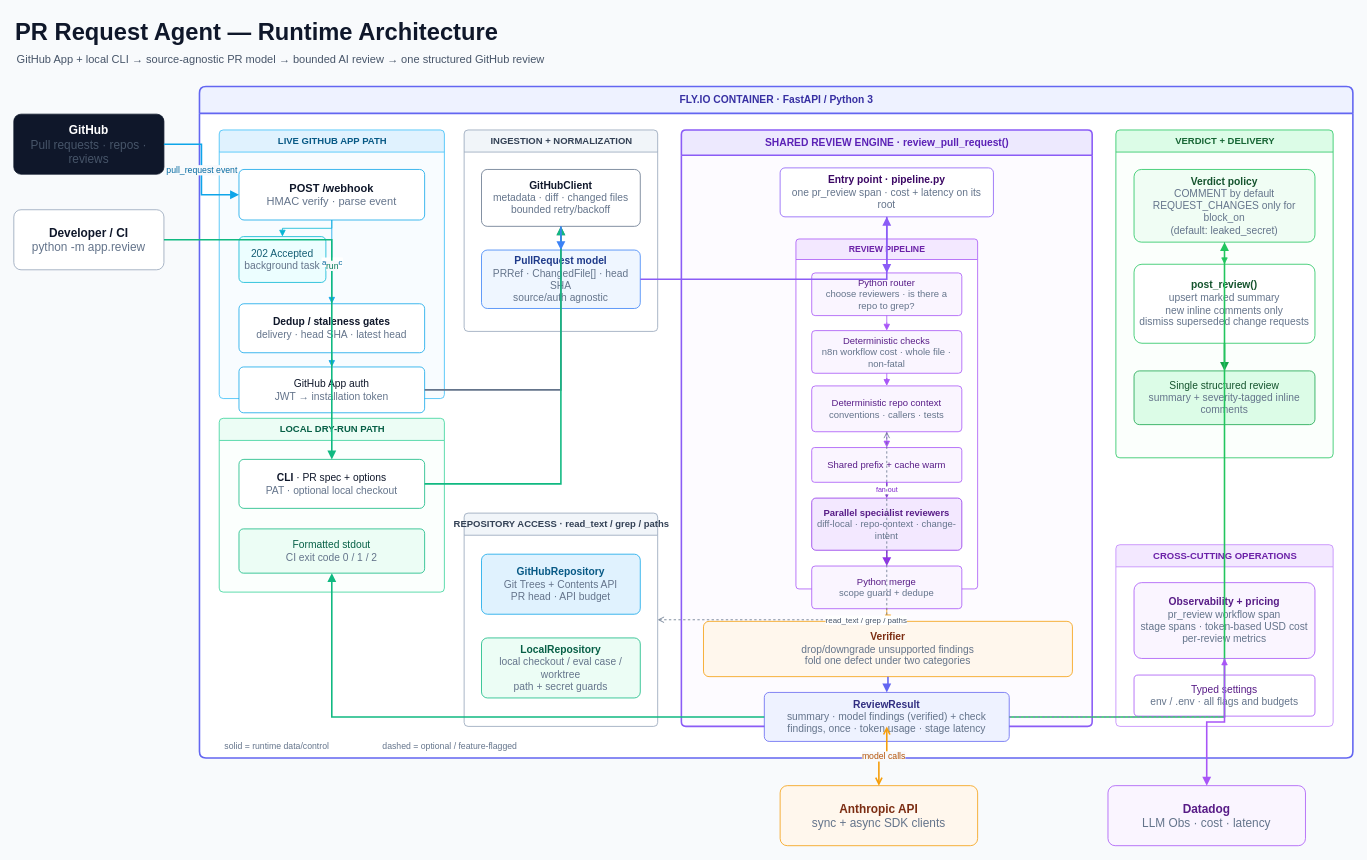
The draw.io diagram docs/pr-request-agent-architecture.drawio in snacksnack/pr_agent, before the edit. Source tidied: cells renumbered, new cells numbered last; positions are measured from the earlier drawing's top-left corner, leaving out a move shared by most shapes. Both pictures are drawn from the tidied source at 79%, with x=0, y=0 at pixel (13, 13).
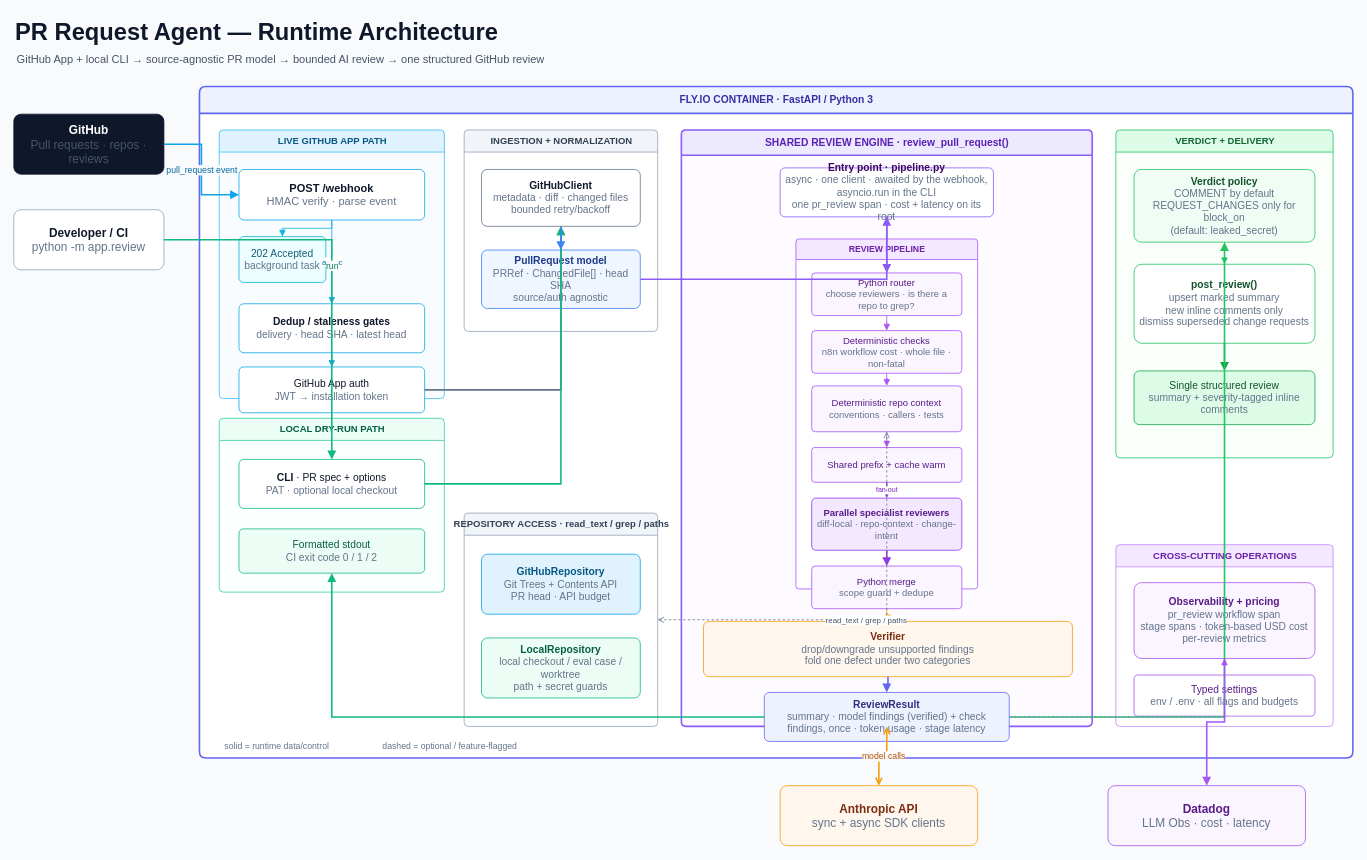
Above is the later version.

Commit message (it also covers changes not shown here):
RC1-426: decision record, working notes, diagram

Unchanged cells that the change refers to:
```xml
<mxCell id="23" value="SHARED REVIEW ENGINE · review_pull_request()" style="swimlane;html=1;horizontal=1;startSize=32;rounded=1;fillColor=#EDE9FE;swimlaneFillColor=#FDFBFF;strokeColor=#8B5CF6;strokeWidth=2;fontColor=#5B21B6;fontFamily=Helvetica;fontSize=13;fontStyle=1;arcSize=6;" parent="8" vertex="1">
  <mxGeometry x="610" y="55" width="520" height="755" as="geometry" />
</mxCell>
```

Diff of the diagram source:
```diff
@@
-    <mxCell id="24" value="&lt;b&gt;Entry point · pipeline.py&lt;/b&gt;&lt;br&gt;&lt;font color=&quot;#64748B&quot;&gt;one pr_review span · cost + latency on its root&lt;/font&gt;" style="rounded=1;whiteSpace=wrap;html=1;fillColor=#FFFFFF;strokeColor=#8B5CF6;fontColor=#3B0764;fontFamily=Helvetica;fontSize=13;arcSize=10;spacing=8;" parent="23" vertex="1">
+    <mxCell id="24" value="&lt;b&gt;Entry point · pipeline.py&lt;/b&gt;&lt;br&gt;&lt;font color=&quot;#64748B&quot;&gt;async · one client · awaited by the webhook, asyncio.run in the CLI&lt;br&gt;one pr_review span · cost + latency on its root&lt;/font&gt;" style="rounded=1;whiteSpace=wrap;html=1;fillColor=#FFFFFF;strokeColor=#8B5CF6;fontColor=#3B0764;fontFamily=Helvetica;fontSize=13;arcSize=10;spacing=8;" parent="23" vertex="1">
       <mxGeometry x="125" y="48" width="270" height="62" as="geometry" />
     </mxCell>
```
